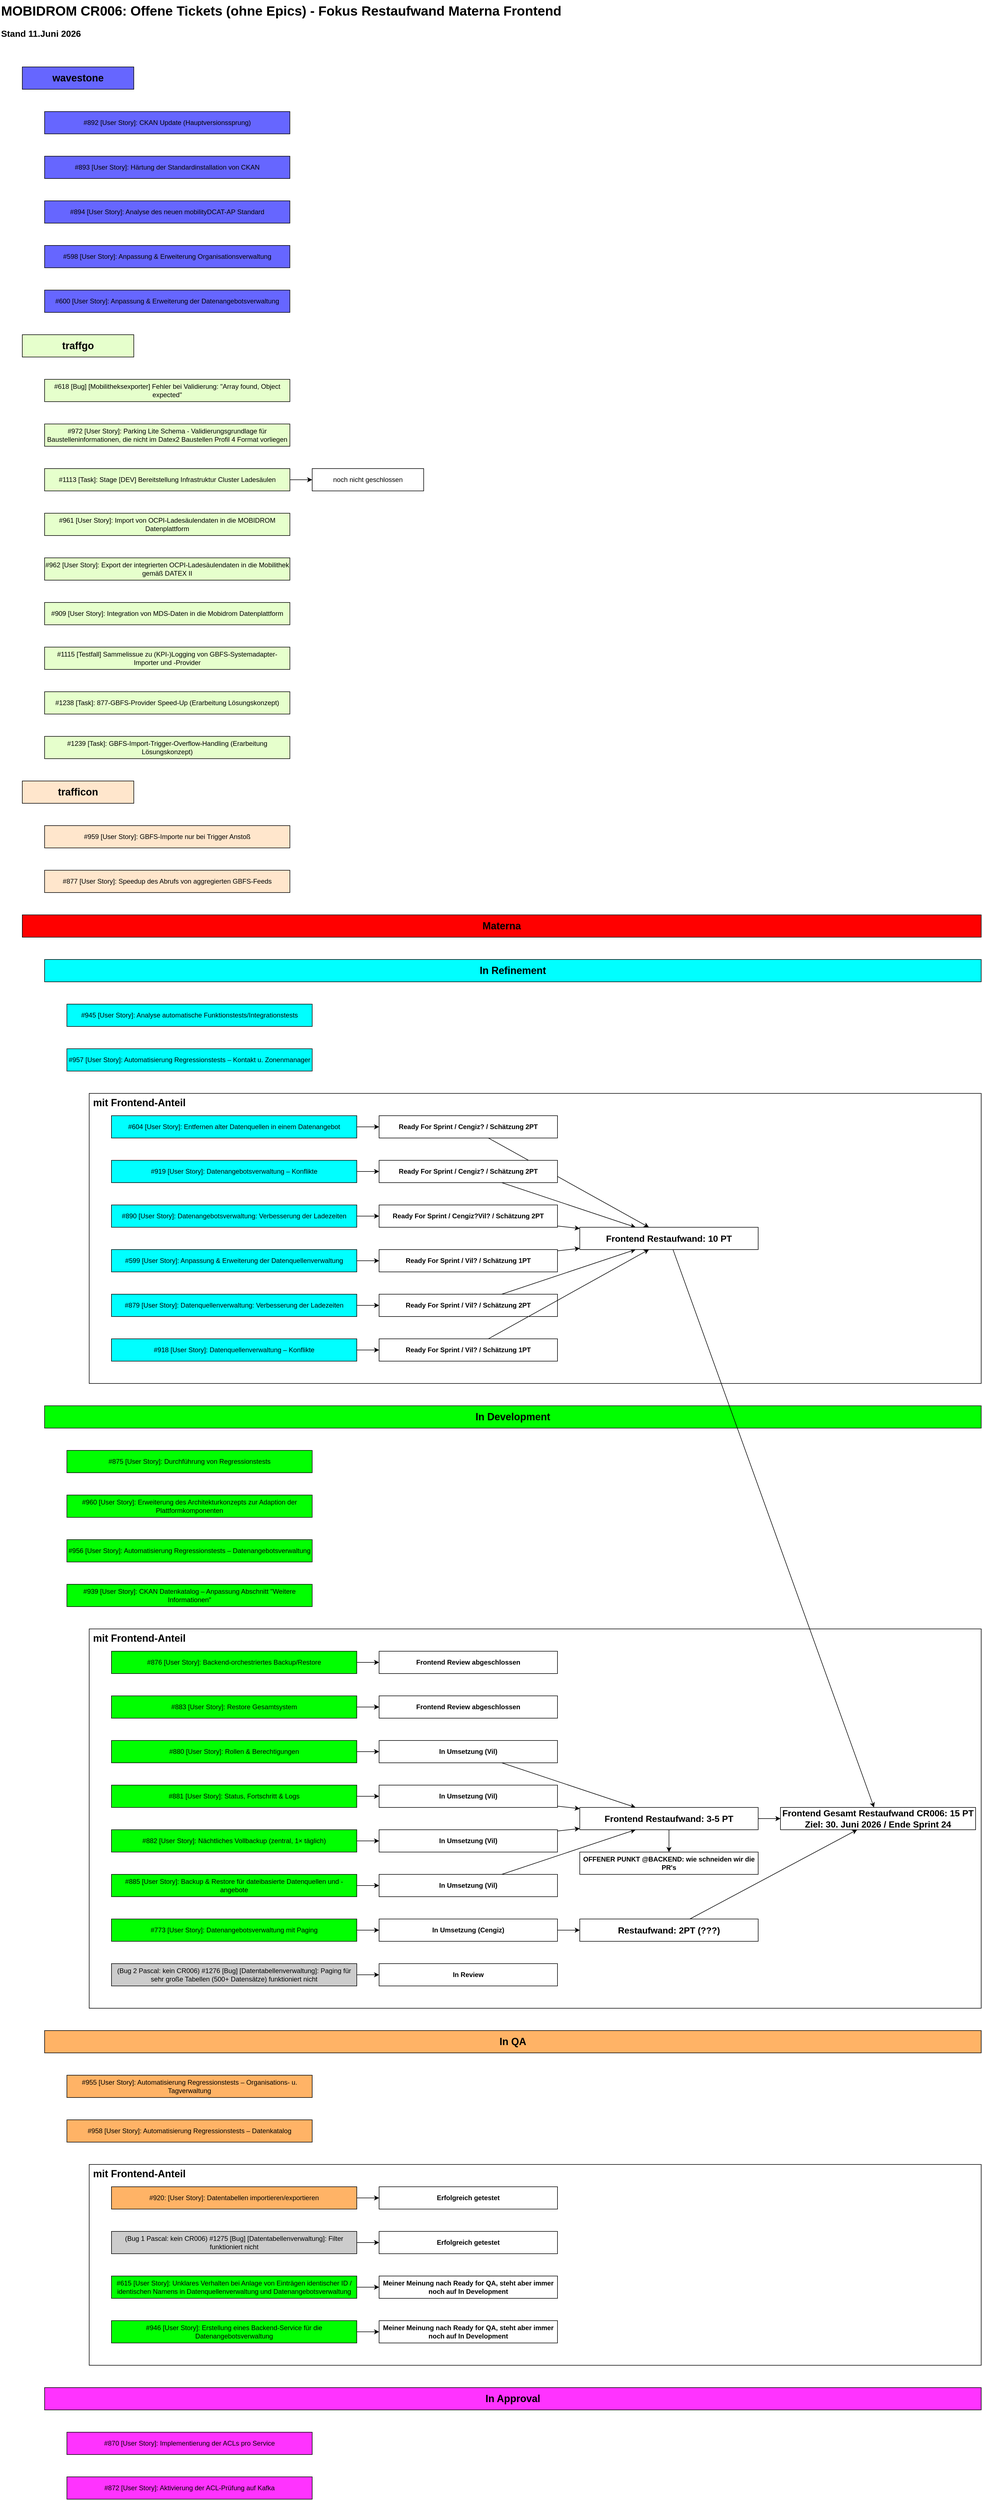
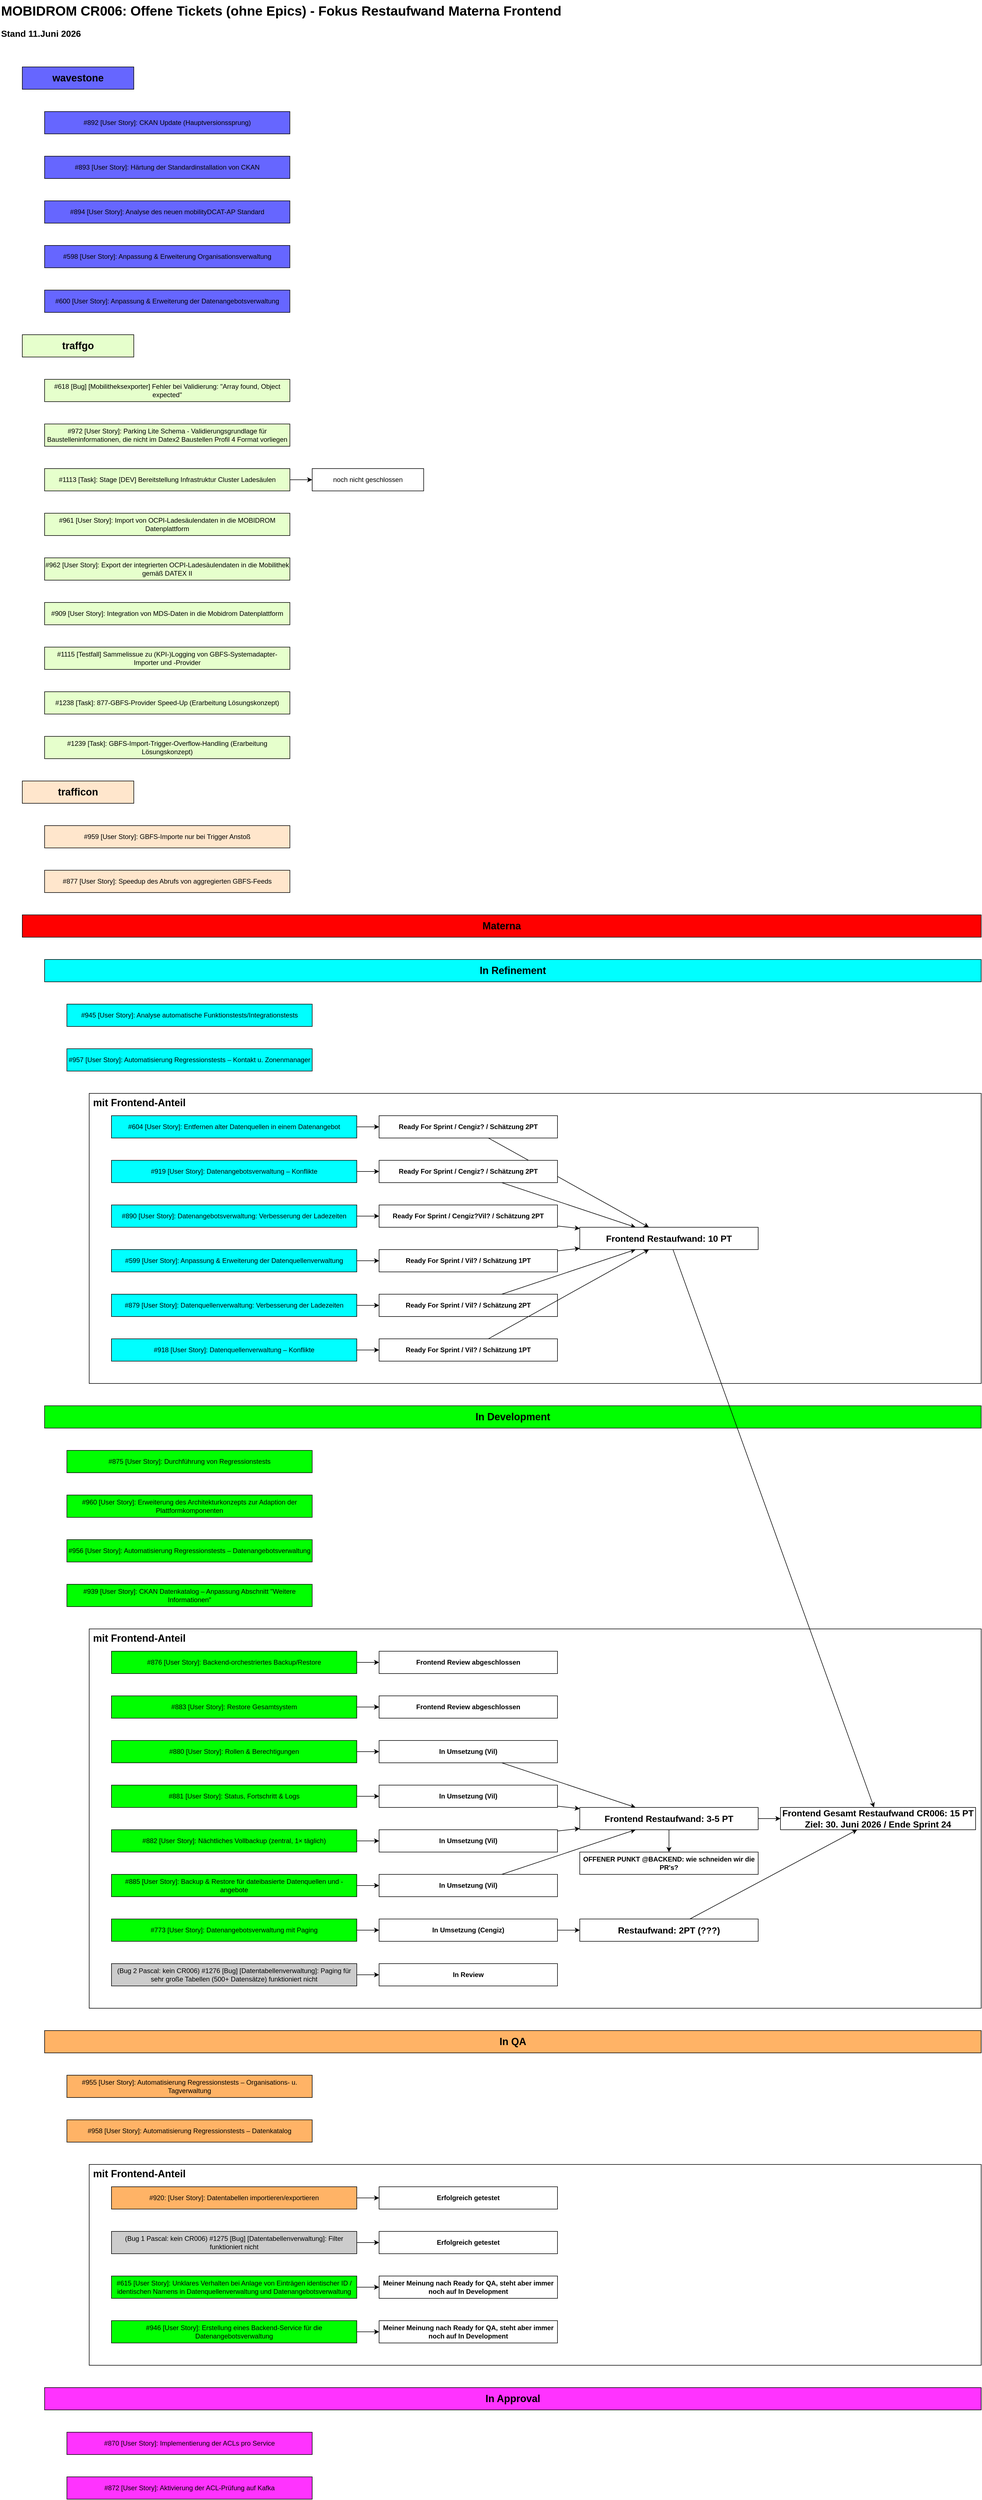
<mxfile host="app.diagrams.net">
  <diagram name="Page-1" id="0BLjgJdESMF3buwbVgl_">
    <mxGraphModel dx="1101" dy="646" grid="1" gridSize="10" guides="1" tooltips="1" connect="1" arrows="1" fold="1" page="1" pageScale="1" pageWidth="850" pageHeight="1100" math="0" shadow="0">
      <root>
        <mxCell id="0" />
        <mxCell id="1" parent="0" />
        <mxCell id="KAzs0ncSA1o2T3-7AXRQ-69" parent="1" style="rounded=0;whiteSpace=wrap;html=1;fontColor=#000000;fillColor=#FFFFFF;fontStyle=1;fontSize=18;align=left;verticalAlign=top;" value="&amp;nbsp;mit Frontend-Anteil" vertex="1">
          <mxGeometry height="360" width="1600" x="200" y="3920" as="geometry" />
        </mxCell>
        <mxCell id="KAzs0ncSA1o2T3-7AXRQ-68" parent="1" style="rounded=0;whiteSpace=wrap;html=1;fontColor=#000000;fillColor=#FFFFFF;fontStyle=1;fontSize=18;align=left;verticalAlign=top;" value="&amp;nbsp;mit Frontend-Anteil" vertex="1">
          <mxGeometry height="680" width="1600" x="200" y="2960" as="geometry" />
        </mxCell>
        <mxCell id="KAzs0ncSA1o2T3-7AXRQ-67" parent="1" style="rounded=0;whiteSpace=wrap;html=1;fontColor=#000000;fillColor=#FFFFFF;fontStyle=1;verticalAlign=top;align=left;fontSize=18;" value="&amp;nbsp;mit Frontend-Anteil" vertex="1">
          <mxGeometry height="520" width="1600" x="200" y="2000" as="geometry" />
        </mxCell>
        <mxCell id="KAzs0ncSA1o2T3-7AXRQ-1" parent="1" style="rounded=0;whiteSpace=wrap;html=1;strokeColor=none;fontSize=24;fontStyle=1;align=left;" value="MOBIDROM CR006: Offene Tickets (ohne Epics) - Fokus Restaufwand Materna Frontend" vertex="1">
          <mxGeometry height="40" width="1030" x="40" y="40" as="geometry" />
        </mxCell>
        <mxCell id="KAzs0ncSA1o2T3-7AXRQ-2" parent="1" style="rounded=0;whiteSpace=wrap;html=1;strokeColor=none;fontSize=16;fontStyle=1;align=left;" value="&lt;div&gt;Stand 11.Juni 2026&lt;/div&gt;" vertex="1">
          <mxGeometry height="40" width="160" x="40" y="80" as="geometry" />
        </mxCell>
        <mxCell id="KAzs0ncSA1o2T3-7AXRQ-77" edge="1" parent="1" source="KAzs0ncSA1o2T3-7AXRQ-3" style="edgeStyle=none;rounded=0;orthogonalLoop=1;jettySize=auto;html=1;" target="KAzs0ncSA1o2T3-7AXRQ-76" value="">
          <mxGeometry relative="1" as="geometry" />
        </mxCell>
        <mxCell id="KAzs0ncSA1o2T3-7AXRQ-3" parent="1" style="rounded=0;whiteSpace=wrap;html=1;fillColor=#FFB366;" value="#920: [User Story]: Datentabellen importieren/exportieren" vertex="1">
          <mxGeometry height="40" width="440" x="240" y="3960" as="geometry" />
        </mxCell>
        <mxCell id="KAzs0ncSA1o2T3-7AXRQ-4" parent="1" style="rounded=0;whiteSpace=wrap;html=1;fontColor=#000000;fillColor=#FFB366;fontStyle=1;fontSize=18;" value="In QA" vertex="1">
          <mxGeometry height="40" width="1680" x="120" y="3680" as="geometry" />
        </mxCell>
        <mxCell id="KAzs0ncSA1o2T3-7AXRQ-5" parent="1" style="rounded=0;whiteSpace=wrap;html=1;fillColor=#6666FF;" value="#892&amp;nbsp;[User Story]: CKAN Update (Hauptversionssprung)" vertex="1">
          <mxGeometry height="40" width="440" x="120" y="240" as="geometry" />
        </mxCell>
        <mxCell id="KAzs0ncSA1o2T3-7AXRQ-6" parent="1" style="rounded=0;whiteSpace=wrap;html=1;fontColor=#000000;fillColor=#6666FF;fontStyle=1;fontSize=18;" value="wavestone" vertex="1">
          <mxGeometry height="40" width="200" x="80" y="160" as="geometry" />
        </mxCell>
        <mxCell id="KAzs0ncSA1o2T3-7AXRQ-7" parent="1" style="rounded=0;whiteSpace=wrap;html=1;fillColor=#FF33FF;" value="#870&amp;nbsp;[User Story]: Implementierung der ACLs pro Service" vertex="1">
          <mxGeometry height="40" width="440" x="160" y="4400" as="geometry" />
        </mxCell>
        <mxCell id="KAzs0ncSA1o2T3-7AXRQ-8" parent="1" style="rounded=0;whiteSpace=wrap;html=1;fillColor=#FF33FF;" value="#872&amp;nbsp;[User Story]: Aktivierung der ACL-Prüfung auf Kafka" vertex="1">
          <mxGeometry height="40" width="440" x="160" y="4480" as="geometry" />
        </mxCell>
        <mxCell id="KAzs0ncSA1o2T3-7AXRQ-9" parent="1" style="rounded=0;whiteSpace=wrap;html=1;fontColor=#000000;fillColor=#FF33FF;fontStyle=1;fontSize=18;" value="In Approval" vertex="1">
          <mxGeometry height="40" width="1680" x="120" y="4320" as="geometry" />
        </mxCell>
        <mxCell id="KAzs0ncSA1o2T3-7AXRQ-10" parent="1" style="rounded=0;whiteSpace=wrap;html=1;fillColor=#6666FF;" value="#893&amp;nbsp;[User Story]: Härtung der Standardinstallation von CKAN" vertex="1">
          <mxGeometry height="40" width="440" x="120" y="320" as="geometry" />
        </mxCell>
        <mxCell id="KAzs0ncSA1o2T3-7AXRQ-11" parent="1" style="rounded=0;whiteSpace=wrap;html=1;fillColor=#6666FF;" value="#894&amp;nbsp;[User Story]: Analyse des neuen mobilityDCAT-AP Standard" vertex="1">
          <mxGeometry height="40" width="440" x="120" y="400" as="geometry" />
        </mxCell>
        <mxCell id="KAzs0ncSA1o2T3-7AXRQ-12" parent="1" style="rounded=0;whiteSpace=wrap;html=1;fillColor=#E6FFCC;" value="#618&amp;nbsp;[Bug] [Mobilitheksexporter] Fehler bei Validierung: &quot;Array found, Object expected&quot;" vertex="1">
          <mxGeometry height="40" width="440" x="120" y="720" as="geometry" />
        </mxCell>
        <mxCell id="KAzs0ncSA1o2T3-7AXRQ-13" parent="1" style="rounded=0;whiteSpace=wrap;html=1;fontColor=#000000;fillColor=#E6FFCC;fontStyle=1;fontSize=18;" value="&lt;div&gt;traffgo&lt;/div&gt;" vertex="1">
          <mxGeometry height="40" width="200" x="80" y="640" as="geometry" />
        </mxCell>
        <mxCell id="KAzs0ncSA1o2T3-7AXRQ-14" parent="1" style="rounded=0;whiteSpace=wrap;html=1;fontColor=#000000;fillColor=#FFE6CC;fontStyle=1;fontSize=18;" value="&lt;div&gt;trafficon&lt;/div&gt;" vertex="1">
          <mxGeometry height="40" width="200" x="80" y="1440" as="geometry" />
        </mxCell>
        <mxCell id="KAzs0ncSA1o2T3-7AXRQ-15" parent="1" style="rounded=0;whiteSpace=wrap;html=1;fillColor=#FFE6CC;" value="#959&amp;nbsp;[User Story]: GBFS-Importe nur bei Trigger Anstoß" vertex="1">
          <mxGeometry height="40" width="440" x="120" y="1520" as="geometry" />
        </mxCell>
        <mxCell id="KAzs0ncSA1o2T3-7AXRQ-75" edge="1" parent="1" source="KAzs0ncSA1o2T3-7AXRQ-16" style="edgeStyle=none;rounded=0;orthogonalLoop=1;jettySize=auto;html=1;" target="KAzs0ncSA1o2T3-7AXRQ-74" value="">
          <mxGeometry relative="1" as="geometry" />
        </mxCell>
        <mxCell id="KAzs0ncSA1o2T3-7AXRQ-16" parent="1" style="rounded=0;whiteSpace=wrap;html=1;fillColor=#00FF00;" value="#615&amp;nbsp;[User Story]: Unklares Verhalten bei Anlage von Einträgen identischer ID / identischen Namens in Datenquellenverwaltung und Datenangebotsverwaltung" vertex="1">
          <mxGeometry height="40" width="440" x="240" y="4120" as="geometry" />
        </mxCell>
        <mxCell id="KAzs0ncSA1o2T3-7AXRQ-17" parent="1" style="rounded=0;whiteSpace=wrap;html=1;fontColor=#000000;fillColor=#00FF00;fontStyle=1;fontSize=18;" value="In Development" vertex="1">
          <mxGeometry height="40" width="1680" x="120" y="2560" as="geometry" />
        </mxCell>
        <mxCell id="KAzs0ncSA1o2T3-7AXRQ-83" edge="1" parent="1" source="KAzs0ncSA1o2T3-7AXRQ-18" style="edgeStyle=none;rounded=0;orthogonalLoop=1;jettySize=auto;html=1;" target="KAzs0ncSA1o2T3-7AXRQ-82" value="">
          <mxGeometry relative="1" as="geometry" />
        </mxCell>
        <mxCell id="KAzs0ncSA1o2T3-7AXRQ-18" parent="1" style="rounded=0;whiteSpace=wrap;html=1;fillColor=#00FF00;" value="#773&amp;nbsp;[User Story]: Datenangebotsverwaltung mit Paging" vertex="1">
          <mxGeometry height="40" width="440" x="240" y="3480" as="geometry" />
        </mxCell>
        <mxCell id="KAzs0ncSA1o2T3-7AXRQ-19" parent="1" style="rounded=0;whiteSpace=wrap;html=1;fillColor=#00FF00;" value="#875&amp;nbsp;[User Story]: Durchführung von Regressionstests" vertex="1">
          <mxGeometry height="40" width="440" x="160" y="2640" as="geometry" />
        </mxCell>
        <mxCell id="KAzs0ncSA1o2T3-7AXRQ-81" edge="1" parent="1" source="KAzs0ncSA1o2T3-7AXRQ-20" style="edgeStyle=none;rounded=0;orthogonalLoop=1;jettySize=auto;html=1;" target="KAzs0ncSA1o2T3-7AXRQ-80" value="">
          <mxGeometry relative="1" as="geometry" />
        </mxCell>
        <mxCell id="KAzs0ncSA1o2T3-7AXRQ-20" parent="1" style="rounded=0;whiteSpace=wrap;html=1;fillColor=#00FF00;" value="#876&amp;nbsp;[User Story]: Backend-orchestriertes Backup/Restore" vertex="1">
          <mxGeometry height="40" width="440" x="240" y="3000" as="geometry" />
        </mxCell>
        <mxCell id="KAzs0ncSA1o2T3-7AXRQ-21" parent="1" style="rounded=0;whiteSpace=wrap;html=1;fillColor=#FFE6CC;" value="#877&amp;nbsp;[User Story]: Speedup des Abrufs von aggregierten GBFS-Feeds" vertex="1">
          <mxGeometry height="40" width="440" x="120" y="1600" as="geometry" />
        </mxCell>
        <mxCell id="KAzs0ncSA1o2T3-7AXRQ-87" edge="1" parent="1" source="KAzs0ncSA1o2T3-7AXRQ-22" style="edgeStyle=none;rounded=0;orthogonalLoop=1;jettySize=auto;html=1;" target="KAzs0ncSA1o2T3-7AXRQ-86" value="">
          <mxGeometry relative="1" as="geometry" />
        </mxCell>
        <mxCell id="KAzs0ncSA1o2T3-7AXRQ-22" parent="1" style="rounded=0;whiteSpace=wrap;html=1;fillColor=#00FF00;" value="#880&amp;nbsp;[User Story]: Rollen &amp;amp; Berechtigungen" vertex="1">
          <mxGeometry height="40" width="440" x="240" y="3160" as="geometry" />
        </mxCell>
        <mxCell id="KAzs0ncSA1o2T3-7AXRQ-89" edge="1" parent="1" source="KAzs0ncSA1o2T3-7AXRQ-23" style="edgeStyle=none;rounded=0;orthogonalLoop=1;jettySize=auto;html=1;" target="KAzs0ncSA1o2T3-7AXRQ-88" value="">
          <mxGeometry relative="1" as="geometry" />
        </mxCell>
        <mxCell id="KAzs0ncSA1o2T3-7AXRQ-23" parent="1" style="rounded=0;whiteSpace=wrap;html=1;fillColor=#00FF00;" value="#881&amp;nbsp;[User Story]: Status, Fortschritt &amp;amp; Logs" vertex="1">
          <mxGeometry height="40" width="440" x="240" y="3240" as="geometry" />
        </mxCell>
        <mxCell id="KAzs0ncSA1o2T3-7AXRQ-93" edge="1" parent="1" source="KAzs0ncSA1o2T3-7AXRQ-24" style="edgeStyle=none;rounded=0;orthogonalLoop=1;jettySize=auto;html=1;" target="KAzs0ncSA1o2T3-7AXRQ-92" value="">
          <mxGeometry relative="1" as="geometry" />
        </mxCell>
        <mxCell id="KAzs0ncSA1o2T3-7AXRQ-24" parent="1" style="rounded=0;whiteSpace=wrap;html=1;fillColor=#00FF00;" value="#885&amp;nbsp;[User Story]: Backup &amp;amp; Restore für dateibasierte Datenquellen und -angebote" vertex="1">
          <mxGeometry height="40" width="440" x="240" y="3400" as="geometry" />
        </mxCell>
        <mxCell id="KAzs0ncSA1o2T3-7AXRQ-112" edge="1" parent="1" source="KAzs0ncSA1o2T3-7AXRQ-25" style="edgeStyle=none;rounded=0;orthogonalLoop=1;jettySize=auto;html=1;" target="KAzs0ncSA1o2T3-7AXRQ-111" value="">
          <mxGeometry relative="1" as="geometry" />
        </mxCell>
        <mxCell id="KAzs0ncSA1o2T3-7AXRQ-25" parent="1" style="rounded=0;whiteSpace=wrap;html=1;fillColor=#00FFFF;" value="#918&amp;nbsp;[User Story]: Datenquellenverwaltung – Konflikte" vertex="1">
          <mxGeometry height="40" width="440" x="240" y="2440" as="geometry" />
        </mxCell>
        <mxCell id="KAzs0ncSA1o2T3-7AXRQ-104" edge="1" parent="1" source="KAzs0ncSA1o2T3-7AXRQ-26" style="edgeStyle=none;rounded=0;orthogonalLoop=1;jettySize=auto;html=1;" target="KAzs0ncSA1o2T3-7AXRQ-103" value="">
          <mxGeometry relative="1" as="geometry" />
        </mxCell>
        <mxCell id="KAzs0ncSA1o2T3-7AXRQ-26" parent="1" style="rounded=0;whiteSpace=wrap;html=1;fillColor=#00FFFF;" value="#919&amp;nbsp;[User Story]: Datenangebotsverwaltung – Konflikte" vertex="1">
          <mxGeometry height="40" width="440" x="240" y="2120" as="geometry" />
        </mxCell>
        <mxCell id="KAzs0ncSA1o2T3-7AXRQ-27" parent="1" style="rounded=0;whiteSpace=wrap;html=1;fillColor=#FFB366;" value="#955&amp;nbsp;[User Story]: Automatisierung Regressionstests – Organisations- u. Tagverwaltung" vertex="1">
          <mxGeometry height="40" width="440" x="160" y="3760" as="geometry" />
        </mxCell>
        <mxCell id="KAzs0ncSA1o2T3-7AXRQ-28" parent="1" style="rounded=0;whiteSpace=wrap;html=1;fontColor=#000000;fillColor=#00FFFF;fontStyle=1;fontSize=18;" value="In Refinement" vertex="1">
          <mxGeometry height="40" width="1680" x="120" y="1760" as="geometry" />
        </mxCell>
        <mxCell id="KAzs0ncSA1o2T3-7AXRQ-29" parent="1" style="rounded=0;whiteSpace=wrap;html=1;fillColor=#00FF00;" value="#960&amp;nbsp;[User Story]: Erweiterung des Architekturkonzepts zur Adaption der Plattformkomponenten" vertex="1">
          <mxGeometry height="40" width="440" x="160" y="2720" as="geometry" />
        </mxCell>
        <mxCell id="KAzs0ncSA1o2T3-7AXRQ-30" parent="1" style="rounded=0;whiteSpace=wrap;html=1;fillColor=#6666FF;" value="#598&amp;nbsp;[User Story]: Anpassung &amp;amp; Erweiterung Organisationsverwaltung" vertex="1">
          <mxGeometry height="40" width="440" x="120" y="480" as="geometry" />
        </mxCell>
        <mxCell id="KAzs0ncSA1o2T3-7AXRQ-108" edge="1" parent="1" source="KAzs0ncSA1o2T3-7AXRQ-31" style="edgeStyle=none;rounded=0;orthogonalLoop=1;jettySize=auto;html=1;" target="KAzs0ncSA1o2T3-7AXRQ-107" value="">
          <mxGeometry relative="1" as="geometry" />
        </mxCell>
        <mxCell id="KAzs0ncSA1o2T3-7AXRQ-31" parent="1" style="rounded=0;whiteSpace=wrap;html=1;fillColor=#00FFFF;" value="#599&amp;nbsp;[User Story]: Anpassung &amp;amp; Erweiterung der Datenquellenverwaltung" vertex="1">
          <mxGeometry height="40" width="440" x="240" y="2280" as="geometry" />
        </mxCell>
        <mxCell id="KAzs0ncSA1o2T3-7AXRQ-32" parent="1" style="rounded=0;whiteSpace=wrap;html=1;fillColor=#6666FF;" value="#600&amp;nbsp;[User Story]: Anpassung &amp;amp; Erweiterung der Datenangebotsverwaltung" vertex="1">
          <mxGeometry height="40" width="440" x="120" y="560" as="geometry" />
        </mxCell>
        <mxCell id="KAzs0ncSA1o2T3-7AXRQ-106" edge="1" parent="1" source="KAzs0ncSA1o2T3-7AXRQ-33" style="edgeStyle=none;rounded=0;orthogonalLoop=1;jettySize=auto;html=1;" target="KAzs0ncSA1o2T3-7AXRQ-105" value="">
          <mxGeometry relative="1" as="geometry" />
        </mxCell>
        <mxCell id="KAzs0ncSA1o2T3-7AXRQ-33" parent="1" style="rounded=0;whiteSpace=wrap;html=1;fillColor=#00FFFF;" value="#890&amp;nbsp;[User Story]: Datenangebotsverwaltung: Verbesserung der Ladezeiten" vertex="1">
          <mxGeometry height="40" width="440" x="240" y="2200" as="geometry" />
        </mxCell>
        <mxCell id="KAzs0ncSA1o2T3-7AXRQ-34" parent="1" style="rounded=0;whiteSpace=wrap;html=1;fillColor=#E6FFCC;" value="#972&amp;nbsp;[User Story]: Parking Lite Schema - Validierungsgrundlage für Baustelleninformationen, die nicht im Datex2 Baustellen Profil 4 Format vorliegen" vertex="1">
          <mxGeometry height="40" width="440" x="120" y="800" as="geometry" />
        </mxCell>
        <mxCell id="KAzs0ncSA1o2T3-7AXRQ-55" edge="1" parent="1" source="KAzs0ncSA1o2T3-7AXRQ-35" style="edgeStyle=orthogonalEdgeStyle;rounded=0;orthogonalLoop=1;jettySize=auto;html=1;" target="KAzs0ncSA1o2T3-7AXRQ-54" value="">
          <mxGeometry relative="1" as="geometry" />
        </mxCell>
        <mxCell id="KAzs0ncSA1o2T3-7AXRQ-35" parent="1" style="rounded=0;whiteSpace=wrap;html=1;fillColor=#E6FFCC;" value="#1113&amp;nbsp;[Task]: Stage [DEV] Bereitstellung Infrastruktur Cluster Ladesäulen" vertex="1">
          <mxGeometry height="40" width="440" x="120" y="880" as="geometry" />
        </mxCell>
        <mxCell id="KAzs0ncSA1o2T3-7AXRQ-36" parent="1" style="rounded=0;whiteSpace=wrap;html=1;fillColor=#00FF00;" value="#956&amp;nbsp;[User Story]: Automatisierung Regressionstests – Datenangebotsverwaltung" vertex="1">
          <mxGeometry height="40" width="440" x="160" y="2800" as="geometry" />
        </mxCell>
        <mxCell id="KAzs0ncSA1o2T3-7AXRQ-37" parent="1" style="rounded=0;whiteSpace=wrap;html=1;fillColor=#FFB366;" value="#958&amp;nbsp;[User Story]: Automatisierung Regressionstests – Datenkatalog" vertex="1">
          <mxGeometry height="40" width="440" x="160" y="3840" as="geometry" />
        </mxCell>
        <mxCell id="KAzs0ncSA1o2T3-7AXRQ-38" parent="1" style="rounded=0;whiteSpace=wrap;html=1;fillColor=#E6FFCC;" value="#961&amp;nbsp;[User Story]: Import von OCPI-Ladesäulendaten in die MOBIDROM Datenplattform" vertex="1">
          <mxGeometry height="40" width="440" x="120" y="960" as="geometry" />
        </mxCell>
        <mxCell id="KAzs0ncSA1o2T3-7AXRQ-39" parent="1" style="rounded=0;whiteSpace=wrap;html=1;fillColor=#E6FFCC;" value="#962&amp;nbsp;[User Story]: Export der integrierten OCPI-Ladesäulendaten in die Mobilithek gemäß DATEX II" vertex="1">
          <mxGeometry height="40" width="440" x="120" y="1040" as="geometry" />
        </mxCell>
        <mxCell id="KAzs0ncSA1o2T3-7AXRQ-58" edge="1" parent="1" source="KAzs0ncSA1o2T3-7AXRQ-40" style="edgeStyle=none;rounded=0;orthogonalLoop=1;jettySize=auto;html=1;" target="KAzs0ncSA1o2T3-7AXRQ-41" value="">
          <mxGeometry relative="1" as="geometry" />
        </mxCell>
        <mxCell id="KAzs0ncSA1o2T3-7AXRQ-40" parent="1" style="rounded=0;whiteSpace=wrap;html=1;fillColor=#00FF00;" value="#946&amp;nbsp;[User Story]: Erstellung eines Backend-Service für die Datenangebotsverwaltung" vertex="1">
          <mxGeometry height="40" width="440" x="240" y="4200" as="geometry" />
        </mxCell>
        <mxCell id="KAzs0ncSA1o2T3-7AXRQ-41" parent="1" style="rounded=0;whiteSpace=wrap;html=1;fontStyle=1" value="Meiner Meinung nach Ready for QA, steht aber immer noch auf In Development" vertex="1">
          <mxGeometry height="40" width="320" x="720" y="4200" as="geometry" />
        </mxCell>
        <mxCell id="KAzs0ncSA1o2T3-7AXRQ-43" parent="1" style="rounded=0;whiteSpace=wrap;html=1;fillColor=#00FFFF;" value="#945&amp;nbsp;[User Story]: Analyse automatische Funktionstests/Integrationstests" vertex="1">
          <mxGeometry height="40" width="440" x="160" y="1840" as="geometry" />
        </mxCell>
        <mxCell id="KAzs0ncSA1o2T3-7AXRQ-44" parent="1" style="rounded=0;whiteSpace=wrap;html=1;fillColor=#E6FFCC;" value="#909&amp;nbsp;[User Story]: Integration von MDS-Daten in die Mobidrom Datenplattform" vertex="1">
          <mxGeometry height="40" width="440" x="120" y="1120" as="geometry" />
        </mxCell>
        <mxCell id="KAzs0ncSA1o2T3-7AXRQ-45" parent="1" style="rounded=0;whiteSpace=wrap;html=1;fillColor=#00FF00;" value="#939&amp;nbsp;[User Story]: CKAN Datenkatalog – Anpassung Abschnitt &quot;Weitere Informationen&quot;" vertex="1">
          <mxGeometry height="40" width="440" x="160" y="2880" as="geometry" />
        </mxCell>
        <mxCell id="KAzs0ncSA1o2T3-7AXRQ-102" edge="1" parent="1" source="KAzs0ncSA1o2T3-7AXRQ-46" style="edgeStyle=none;rounded=0;orthogonalLoop=1;jettySize=auto;html=1;" target="KAzs0ncSA1o2T3-7AXRQ-101" value="">
          <mxGeometry relative="1" as="geometry" />
        </mxCell>
        <mxCell id="KAzs0ncSA1o2T3-7AXRQ-46" parent="1" style="rounded=0;whiteSpace=wrap;html=1;fillColor=#00FFFF;" value="#604&amp;nbsp;[User Story]: Entfernen alter Datenquellen in einem Datenangebot" vertex="1">
          <mxGeometry height="40" width="440" x="240" y="2040" as="geometry" />
        </mxCell>
        <mxCell id="KAzs0ncSA1o2T3-7AXRQ-110" edge="1" parent="1" source="KAzs0ncSA1o2T3-7AXRQ-47" style="edgeStyle=none;rounded=0;orthogonalLoop=1;jettySize=auto;html=1;" target="KAzs0ncSA1o2T3-7AXRQ-109" value="">
          <mxGeometry relative="1" as="geometry" />
        </mxCell>
        <mxCell id="KAzs0ncSA1o2T3-7AXRQ-47" parent="1" style="rounded=0;whiteSpace=wrap;html=1;fillColor=#00FFFF;" value="#879&amp;nbsp;[User Story]: Datenquellenverwaltung: Verbesserung der Ladezeiten" vertex="1">
          <mxGeometry height="40" width="440" x="240" y="2360" as="geometry" />
        </mxCell>
        <mxCell id="KAzs0ncSA1o2T3-7AXRQ-91" edge="1" parent="1" source="KAzs0ncSA1o2T3-7AXRQ-48" style="edgeStyle=none;rounded=0;orthogonalLoop=1;jettySize=auto;html=1;" target="KAzs0ncSA1o2T3-7AXRQ-90" value="">
          <mxGeometry relative="1" as="geometry" />
        </mxCell>
        <mxCell id="KAzs0ncSA1o2T3-7AXRQ-48" parent="1" style="rounded=0;whiteSpace=wrap;html=1;fillColor=#00FF00;" value="#882&amp;nbsp;[User Story]: Nächtliches Vollbackup (zentral, 1× täglich)" vertex="1">
          <mxGeometry height="40" width="440" x="240" y="3320" as="geometry" />
        </mxCell>
        <mxCell id="KAzs0ncSA1o2T3-7AXRQ-85" edge="1" parent="1" source="KAzs0ncSA1o2T3-7AXRQ-49" style="edgeStyle=none;rounded=0;orthogonalLoop=1;jettySize=auto;html=1;" target="KAzs0ncSA1o2T3-7AXRQ-84" value="">
          <mxGeometry relative="1" as="geometry" />
        </mxCell>
        <mxCell id="6I-_ciG7kh0R2IqJ13tL-1" edge="1" parent="1" source="KAzs0ncSA1o2T3-7AXRQ-49" style="edgeStyle=none;rounded=0;orthogonalLoop=1;jettySize=auto;html=1;" target="KAzs0ncSA1o2T3-7AXRQ-84" value="">
          <mxGeometry relative="1" as="geometry" />
        </mxCell>
        <mxCell id="KAzs0ncSA1o2T3-7AXRQ-49" parent="1" style="rounded=0;whiteSpace=wrap;html=1;fillColor=#00FF00;" value="#883&amp;nbsp;[User Story]: Restore Gesamtsystem" vertex="1">
          <mxGeometry height="40" width="440" x="240" y="3080" as="geometry" />
        </mxCell>
        <mxCell id="KAzs0ncSA1o2T3-7AXRQ-50" parent="1" style="rounded=0;whiteSpace=wrap;html=1;fillColor=#00FFFF;" value="#957&amp;nbsp;[User Story]: Automatisierung Regressionstests – Kontakt u. Zonenmanager" vertex="1">
          <mxGeometry height="40" width="440" x="160" y="1920" as="geometry" />
        </mxCell>
        <mxCell id="KAzs0ncSA1o2T3-7AXRQ-51" parent="1" style="rounded=0;whiteSpace=wrap;html=1;fillColor=#E6FFCC;" value="#1115&amp;nbsp;[Testfall] Sammelissue zu (KPI-)Logging von GBFS-Systemadapter-Importer und -Provider" vertex="1">
          <mxGeometry height="40" width="440" x="120" y="1200" as="geometry" />
        </mxCell>
        <mxCell id="KAzs0ncSA1o2T3-7AXRQ-52" parent="1" style="rounded=0;whiteSpace=wrap;html=1;fillColor=#E6FFCC;" value="#1238&amp;nbsp;[Task]: 877-GBFS-Provider Speed-Up (Erarbeitung Lösungskonzept)" vertex="1">
          <mxGeometry height="40" width="440" x="120" y="1280" as="geometry" />
        </mxCell>
        <mxCell id="KAzs0ncSA1o2T3-7AXRQ-53" parent="1" style="rounded=0;whiteSpace=wrap;html=1;fillColor=#E6FFCC;" value="#1239&amp;nbsp;[Task]: GBFS-Import-Trigger-Overflow-Handling (Erarbeitung Lösungskonzept)" vertex="1">
          <mxGeometry height="40" width="440" x="120" y="1360" as="geometry" />
        </mxCell>
        <mxCell id="KAzs0ncSA1o2T3-7AXRQ-54" parent="1" style="rounded=0;whiteSpace=wrap;html=1;" value="noch nicht geschlossen" vertex="1">
          <mxGeometry height="40" width="200" x="600" y="880" as="geometry" />
        </mxCell>
        <mxCell id="KAzs0ncSA1o2T3-7AXRQ-56" parent="1" style="rounded=0;whiteSpace=wrap;html=1;fontColor=#000000;fillColor=#FF0000;fontStyle=1;fontSize=18;" value="Materna" vertex="1">
          <mxGeometry height="40" width="1720" x="80" y="1680" as="geometry" />
        </mxCell>
        <mxCell id="KAzs0ncSA1o2T3-7AXRQ-62" edge="1" parent="1" source="KAzs0ncSA1o2T3-7AXRQ-16" style="edgeStyle=none;rounded=0;orthogonalLoop=1;jettySize=auto;html=1;exitX=0.75;exitY=0;exitDx=0;exitDy=0;" target="KAzs0ncSA1o2T3-7AXRQ-16">
          <mxGeometry relative="1" as="geometry" />
        </mxCell>
        <mxCell id="KAzs0ncSA1o2T3-7AXRQ-66" edge="1" parent="1" source="KAzs0ncSA1o2T3-7AXRQ-41" style="edgeStyle=none;rounded=0;orthogonalLoop=1;jettySize=auto;html=1;exitX=0.5;exitY=1;exitDx=0;exitDy=0;" target="KAzs0ncSA1o2T3-7AXRQ-41">
          <mxGeometry relative="1" as="geometry" />
        </mxCell>
        <mxCell id="KAzs0ncSA1o2T3-7AXRQ-79" edge="1" parent="1" source="KAzs0ncSA1o2T3-7AXRQ-70" style="edgeStyle=none;rounded=0;orthogonalLoop=1;jettySize=auto;html=1;" target="KAzs0ncSA1o2T3-7AXRQ-78" value="">
          <mxGeometry relative="1" as="geometry" />
        </mxCell>
        <mxCell id="KAzs0ncSA1o2T3-7AXRQ-70" parent="1" style="rounded=0;whiteSpace=wrap;html=1;fillColor=#CCCCCC;" value="(Bug 2 Pascal: kein CR006) #1276&amp;nbsp;[Bug] [Datentabellenverwaltung]: Paging für sehr große Tabellen (500+ Datensätze) funktioniert nicht" vertex="1">
          <mxGeometry height="40" width="440" x="240" y="3560" as="geometry" />
        </mxCell>
        <mxCell id="KAzs0ncSA1o2T3-7AXRQ-73" edge="1" parent="1" source="KAzs0ncSA1o2T3-7AXRQ-71" style="edgeStyle=none;rounded=0;orthogonalLoop=1;jettySize=auto;html=1;" target="KAzs0ncSA1o2T3-7AXRQ-72" value="">
          <mxGeometry relative="1" as="geometry" />
        </mxCell>
        <mxCell id="KAzs0ncSA1o2T3-7AXRQ-71" parent="1" style="rounded=0;whiteSpace=wrap;html=1;fillColor=#CCCCCC;" value="(Bug 1 Pascal: kein CR006) #1275&amp;nbsp;[Bug] [Datentabellenverwaltung]: Filter funktioniert nicht" vertex="1">
          <mxGeometry height="40" width="440" x="240" y="4040" as="geometry" />
        </mxCell>
        <mxCell id="KAzs0ncSA1o2T3-7AXRQ-72" parent="1" style="rounded=0;whiteSpace=wrap;html=1;fontStyle=1" value="Erfolgreich getestet" vertex="1">
          <mxGeometry height="40" width="320" x="720" y="4040" as="geometry" />
        </mxCell>
        <mxCell id="KAzs0ncSA1o2T3-7AXRQ-74" parent="1" style="rounded=0;whiteSpace=wrap;html=1;fontStyle=1" value="Meiner Meinung nach Ready for QA, steht aber immer noch auf In Development" vertex="1">
          <mxGeometry height="40" width="320" x="720" y="4120" as="geometry" />
        </mxCell>
        <mxCell id="KAzs0ncSA1o2T3-7AXRQ-76" parent="1" style="rounded=0;whiteSpace=wrap;html=1;fontStyle=1" value="Erfolgreich getestet" vertex="1">
          <mxGeometry height="40" width="320" x="720" y="3960" as="geometry" />
        </mxCell>
        <mxCell id="KAzs0ncSA1o2T3-7AXRQ-78" parent="1" style="rounded=0;whiteSpace=wrap;html=1;fontStyle=1" value="In Review" vertex="1">
          <mxGeometry height="40" width="320" x="720" y="3560" as="geometry" />
        </mxCell>
        <mxCell id="KAzs0ncSA1o2T3-7AXRQ-80" parent="1" style="rounded=0;whiteSpace=wrap;html=1;fontStyle=1" value="Frontend Review abgeschlossen" vertex="1">
          <mxGeometry height="40" width="320" x="720" y="3000" as="geometry" />
        </mxCell>
        <mxCell id="KAzs0ncSA1o2T3-7AXRQ-100" edge="1" parent="1" source="KAzs0ncSA1o2T3-7AXRQ-82" style="edgeStyle=none;rounded=0;orthogonalLoop=1;jettySize=auto;html=1;" target="KAzs0ncSA1o2T3-7AXRQ-99" value="">
          <mxGeometry relative="1" as="geometry" />
        </mxCell>
        <mxCell id="KAzs0ncSA1o2T3-7AXRQ-82" parent="1" style="rounded=0;whiteSpace=wrap;html=1;fontStyle=1" value="In Umsetzung (Cengiz)" vertex="1">
          <mxGeometry height="40" width="320" x="720" y="3480" as="geometry" />
        </mxCell>
        <mxCell id="KAzs0ncSA1o2T3-7AXRQ-84" parent="1" style="rounded=0;whiteSpace=wrap;html=1;fontStyle=1" value="Frontend Review abgeschlossen" vertex="1">
          <mxGeometry height="40" width="320" x="720" y="3080" as="geometry" />
        </mxCell>
        <mxCell id="KAzs0ncSA1o2T3-7AXRQ-95" edge="1" parent="1" source="KAzs0ncSA1o2T3-7AXRQ-86" style="edgeStyle=none;rounded=0;orthogonalLoop=1;jettySize=auto;html=1;" target="KAzs0ncSA1o2T3-7AXRQ-94" value="">
          <mxGeometry relative="1" as="geometry" />
        </mxCell>
        <mxCell id="KAzs0ncSA1o2T3-7AXRQ-86" parent="1" style="rounded=0;whiteSpace=wrap;html=1;fontStyle=1" value="In Umsetzung (Vil)" vertex="1">
          <mxGeometry height="40" width="320" x="720" y="3160" as="geometry" />
        </mxCell>
        <mxCell id="KAzs0ncSA1o2T3-7AXRQ-96" edge="1" parent="1" source="KAzs0ncSA1o2T3-7AXRQ-88" style="edgeStyle=none;rounded=0;orthogonalLoop=1;jettySize=auto;html=1;" target="KAzs0ncSA1o2T3-7AXRQ-94" value="">
          <mxGeometry relative="1" as="geometry" />
        </mxCell>
        <mxCell id="KAzs0ncSA1o2T3-7AXRQ-88" parent="1" style="rounded=0;whiteSpace=wrap;html=1;fontStyle=1" value="In Umsetzung (Vil)" vertex="1">
          <mxGeometry height="40" width="320" x="720" y="3240" as="geometry" />
        </mxCell>
        <mxCell id="KAzs0ncSA1o2T3-7AXRQ-97" edge="1" parent="1" source="KAzs0ncSA1o2T3-7AXRQ-90" style="edgeStyle=none;rounded=0;orthogonalLoop=1;jettySize=auto;html=1;" target="KAzs0ncSA1o2T3-7AXRQ-94" value="">
          <mxGeometry relative="1" as="geometry" />
        </mxCell>
        <mxCell id="KAzs0ncSA1o2T3-7AXRQ-90" parent="1" style="rounded=0;whiteSpace=wrap;html=1;fontStyle=1" value="In Umsetzung (Vil)" vertex="1">
          <mxGeometry height="40" width="320" x="720" y="3320" as="geometry" />
        </mxCell>
        <mxCell id="KAzs0ncSA1o2T3-7AXRQ-98" edge="1" parent="1" source="KAzs0ncSA1o2T3-7AXRQ-92" style="edgeStyle=none;rounded=0;orthogonalLoop=1;jettySize=auto;html=1;" target="KAzs0ncSA1o2T3-7AXRQ-94" value="">
          <mxGeometry relative="1" as="geometry" />
        </mxCell>
        <mxCell id="KAzs0ncSA1o2T3-7AXRQ-92" parent="1" style="rounded=0;whiteSpace=wrap;html=1;fontStyle=1" value="In Umsetzung (Vil)" vertex="1">
          <mxGeometry height="40" width="320" x="720" y="3400" as="geometry" />
        </mxCell>
        <mxCell id="KAzs0ncSA1o2T3-7AXRQ-122" edge="1" parent="1" source="KAzs0ncSA1o2T3-7AXRQ-94" style="edgeStyle=none;rounded=0;orthogonalLoop=1;jettySize=auto;html=1;" target="KAzs0ncSA1o2T3-7AXRQ-120" value="">
          <mxGeometry relative="1" as="geometry" />
        </mxCell>
        <mxCell id="6I-_ciG7kh0R2IqJ13tL-3" edge="1" parent="1" source="KAzs0ncSA1o2T3-7AXRQ-94" style="edgeStyle=none;rounded=0;orthogonalLoop=1;jettySize=auto;html=1;" target="6I-_ciG7kh0R2IqJ13tL-2" value="">
          <mxGeometry relative="1" as="geometry" />
        </mxCell>
        <mxCell id="KAzs0ncSA1o2T3-7AXRQ-94" parent="1" style="rounded=0;whiteSpace=wrap;html=1;fontStyle=1;fontSize=16;" value="Frontend Restaufwand: 3-5 PT" vertex="1">
          <mxGeometry height="40" width="320" x="1080" y="3280" as="geometry" />
        </mxCell>
        <mxCell id="KAzs0ncSA1o2T3-7AXRQ-123" edge="1" parent="1" source="KAzs0ncSA1o2T3-7AXRQ-99" style="edgeStyle=none;rounded=0;orthogonalLoop=1;jettySize=auto;html=1;" target="KAzs0ncSA1o2T3-7AXRQ-120" value="">
          <mxGeometry relative="1" as="geometry" />
        </mxCell>
        <mxCell id="KAzs0ncSA1o2T3-7AXRQ-99" parent="1" style="rounded=0;whiteSpace=wrap;html=1;fontStyle=1;fontSize=16;" value="Restaufwand: 2PT (???)" vertex="1">
          <mxGeometry height="40" width="320" x="1080" y="3480" as="geometry" />
        </mxCell>
        <mxCell id="KAzs0ncSA1o2T3-7AXRQ-114" edge="1" parent="1" source="KAzs0ncSA1o2T3-7AXRQ-101" style="edgeStyle=none;rounded=0;orthogonalLoop=1;jettySize=auto;html=1;" target="KAzs0ncSA1o2T3-7AXRQ-113" value="">
          <mxGeometry relative="1" as="geometry" />
        </mxCell>
        <mxCell id="KAzs0ncSA1o2T3-7AXRQ-101" parent="1" style="rounded=0;whiteSpace=wrap;html=1;fontStyle=1" value="Ready For Sprint / Cengiz? / Schätzung 2PT" vertex="1">
          <mxGeometry height="40" width="320" x="720" y="2040" as="geometry" />
        </mxCell>
        <mxCell id="KAzs0ncSA1o2T3-7AXRQ-115" edge="1" parent="1" source="KAzs0ncSA1o2T3-7AXRQ-103" style="edgeStyle=none;rounded=0;orthogonalLoop=1;jettySize=auto;html=1;" target="KAzs0ncSA1o2T3-7AXRQ-113" value="">
          <mxGeometry relative="1" as="geometry" />
        </mxCell>
        <mxCell id="KAzs0ncSA1o2T3-7AXRQ-103" parent="1" style="rounded=0;whiteSpace=wrap;html=1;fontStyle=1" value="Ready For Sprint / Cengiz? / Schätzung 2PT" vertex="1">
          <mxGeometry height="40" width="320" x="720" y="2120" as="geometry" />
        </mxCell>
        <mxCell id="KAzs0ncSA1o2T3-7AXRQ-116" edge="1" parent="1" source="KAzs0ncSA1o2T3-7AXRQ-105" style="edgeStyle=none;rounded=0;orthogonalLoop=1;jettySize=auto;html=1;" target="KAzs0ncSA1o2T3-7AXRQ-113" value="">
          <mxGeometry relative="1" as="geometry" />
        </mxCell>
        <mxCell id="KAzs0ncSA1o2T3-7AXRQ-105" parent="1" style="rounded=0;whiteSpace=wrap;html=1;fontStyle=1" value="Ready For Sprint / Cengiz?Vil? / Schätzung 2PT" vertex="1">
          <mxGeometry height="40" width="320" x="720" y="2200" as="geometry" />
        </mxCell>
        <mxCell id="KAzs0ncSA1o2T3-7AXRQ-117" edge="1" parent="1" source="KAzs0ncSA1o2T3-7AXRQ-107" style="edgeStyle=none;rounded=0;orthogonalLoop=1;jettySize=auto;html=1;" target="KAzs0ncSA1o2T3-7AXRQ-113" value="">
          <mxGeometry relative="1" as="geometry" />
        </mxCell>
        <mxCell id="KAzs0ncSA1o2T3-7AXRQ-107" parent="1" style="rounded=0;whiteSpace=wrap;html=1;fontStyle=1" value="Ready For Sprint / Vil? / Schätzung 1PT" vertex="1">
          <mxGeometry height="40" width="320" x="720" y="2280" as="geometry" />
        </mxCell>
        <mxCell id="KAzs0ncSA1o2T3-7AXRQ-118" edge="1" parent="1" source="KAzs0ncSA1o2T3-7AXRQ-109" style="edgeStyle=none;rounded=0;orthogonalLoop=1;jettySize=auto;html=1;" target="KAzs0ncSA1o2T3-7AXRQ-113" value="">
          <mxGeometry relative="1" as="geometry" />
        </mxCell>
        <mxCell id="KAzs0ncSA1o2T3-7AXRQ-109" parent="1" style="rounded=0;whiteSpace=wrap;html=1;fontStyle=1" value="Ready For Sprint / Vil? / Schätzung 2PT" vertex="1">
          <mxGeometry height="40" width="320" x="720" y="2360" as="geometry" />
        </mxCell>
        <mxCell id="KAzs0ncSA1o2T3-7AXRQ-119" edge="1" parent="1" source="KAzs0ncSA1o2T3-7AXRQ-111" style="edgeStyle=none;rounded=0;orthogonalLoop=1;jettySize=auto;html=1;" target="KAzs0ncSA1o2T3-7AXRQ-113" value="">
          <mxGeometry relative="1" as="geometry" />
        </mxCell>
        <mxCell id="KAzs0ncSA1o2T3-7AXRQ-111" parent="1" style="rounded=0;whiteSpace=wrap;html=1;fontStyle=1" value="Ready For Sprint / Vil? / Schätzung 1PT" vertex="1">
          <mxGeometry height="40" width="320" x="720" y="2440" as="geometry" />
        </mxCell>
        <mxCell id="KAzs0ncSA1o2T3-7AXRQ-121" edge="1" parent="1" source="KAzs0ncSA1o2T3-7AXRQ-113" style="edgeStyle=none;rounded=0;orthogonalLoop=1;jettySize=auto;html=1;" target="KAzs0ncSA1o2T3-7AXRQ-120" value="">
          <mxGeometry relative="1" as="geometry" />
        </mxCell>
        <mxCell id="KAzs0ncSA1o2T3-7AXRQ-113" parent="1" style="rounded=0;whiteSpace=wrap;html=1;fontStyle=1;fontSize=16;" value="Frontend Restaufwand: 10 PT" vertex="1">
          <mxGeometry height="40" width="320" x="1080" y="2240" as="geometry" />
        </mxCell>
        <mxCell id="KAzs0ncSA1o2T3-7AXRQ-120" parent="1" style="rounded=0;whiteSpace=wrap;html=1;fontStyle=1;fontSize=16;" value="&lt;div&gt;Frontend Gesamt Restaufwand CR006: 15 PT&lt;/div&gt;Ziel: 30. Juni 2026 / Ende Sprint 24" vertex="1">
          <mxGeometry height="40" width="350" x="1440" y="3280" as="geometry" />
        </mxCell>
-         <mxCell id="6I-_ciG7kh0R2IqJ13tL-2" parent="1" style="rounded=0;whiteSpace=wrap;html=1;fontStyle=1;fontSize=12;" value="OFFENER PUNKT @BACKEND: wie schneiden wir die PR&#39;s" vertex="1">
+         <mxCell id="6I-_ciG7kh0R2IqJ13tL-2" parent="1" style="rounded=0;whiteSpace=wrap;html=1;fontStyle=1;fontSize=12;" value="OFFENER PUNKT @BACKEND: wie schneiden wir die PR&#39;s?" vertex="1">
          <mxGeometry height="40" width="320" x="1080" y="3360" as="geometry" />
        </mxCell>
      </root>
    </mxGraphModel>
  </diagram>
</mxfile>
